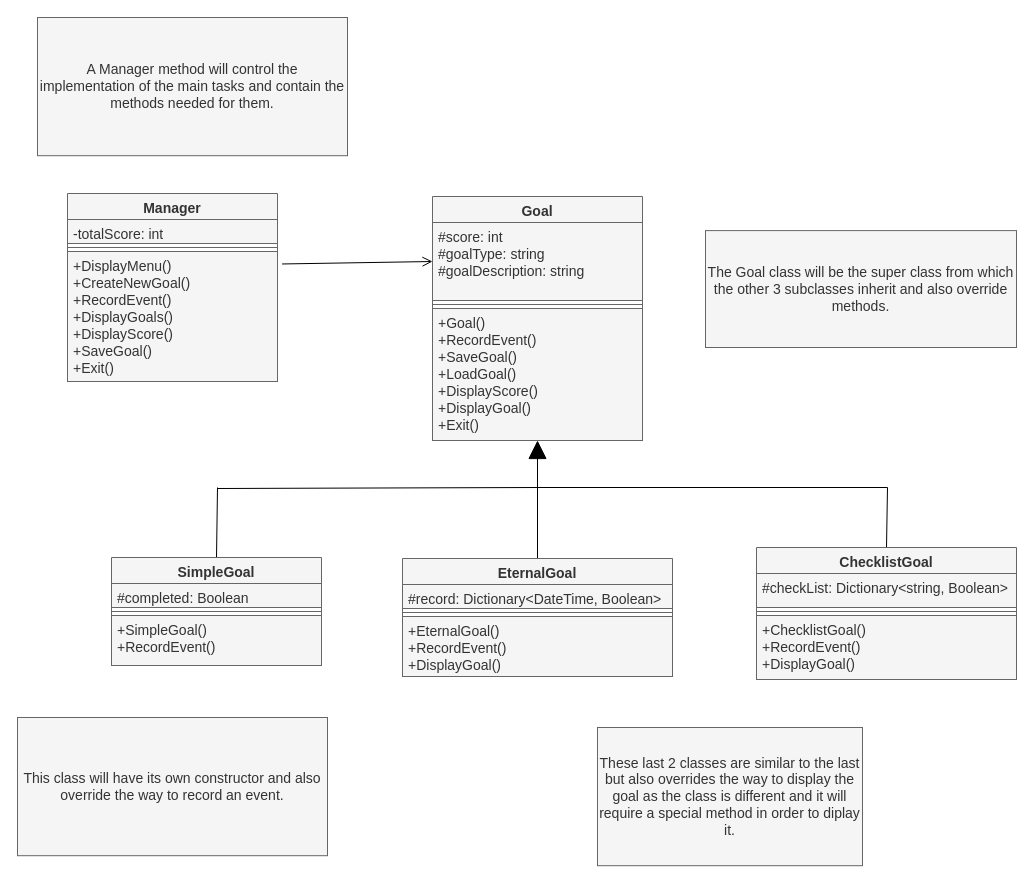
The draw.io diagram prove/Develop05/Classes.drawio in Shelemhg/cse210-projects, before the edit. Source tidied: cells renumbered, new cells numbered last; positions are measured from the earlier drawing's top-left corner, leaving out a move shared by most shapes. Both pictures are drawn from the tidied source at 100%, with x=0, y=0 at pixel (17, 17).
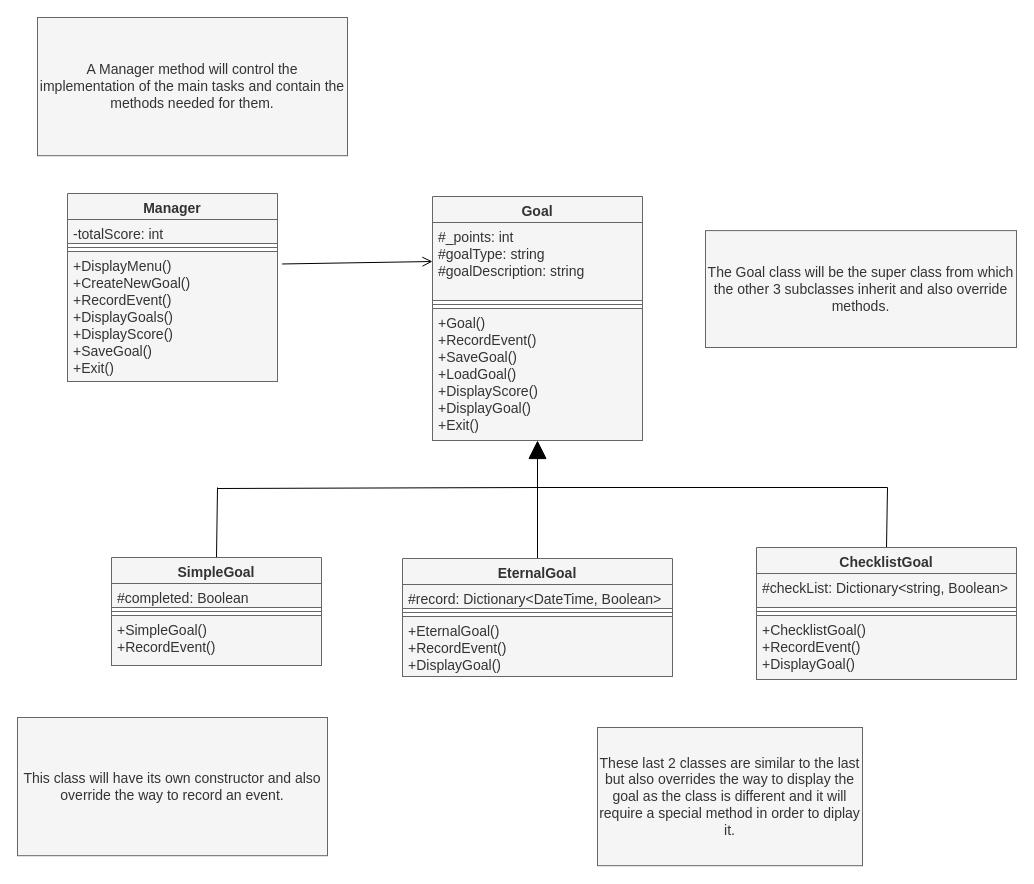
Above is the later version.

Unchanged cells that the change refers to:
```xml
<mxCell id="5" value="Goal" style="swimlane;fontStyle=1;align=center;verticalAlign=top;horizontal=1;startSize=26;fillColor=#f5f5f5;strokeColor=#666666;fontColor=#333333;fontSize=14;" parent="1" vertex="1">
  <mxGeometry x="415" y="179" width="210" height="244" as="geometry" />
</mxCell>
```

Change to the diagram source:
```diff
@@
-    <mxCell id="6" value="#score: int&#10;#goalType: string&#10;#goalDescription: string&#10;" style="text;strokeColor=#666666;fillColor=#f5f5f5;align=left;verticalAlign=top;spacingLeft=4;spacingRight=4;overflow=hidden;points=[[0,0.5],[1,0.5]];portConstraint=eastwest;fontColor=#333333;fontSize=14;" parent="5" vertex="1">
+    <mxCell id="6" value="#_points: int&#10;#goalType: string&#10;#goalDescription: string&#10;" style="text;strokeColor=#666666;fillColor=#f5f5f5;align=left;verticalAlign=top;spacingLeft=4;spacingRight=4;overflow=hidden;points=[[0,0.5],[1,0.5]];portConstraint=eastwest;fontColor=#333333;fontSize=14;" parent="5" vertex="1">
       <mxGeometry y="26" width="210" height="78" as="geometry" />
     </mxCell>
```
